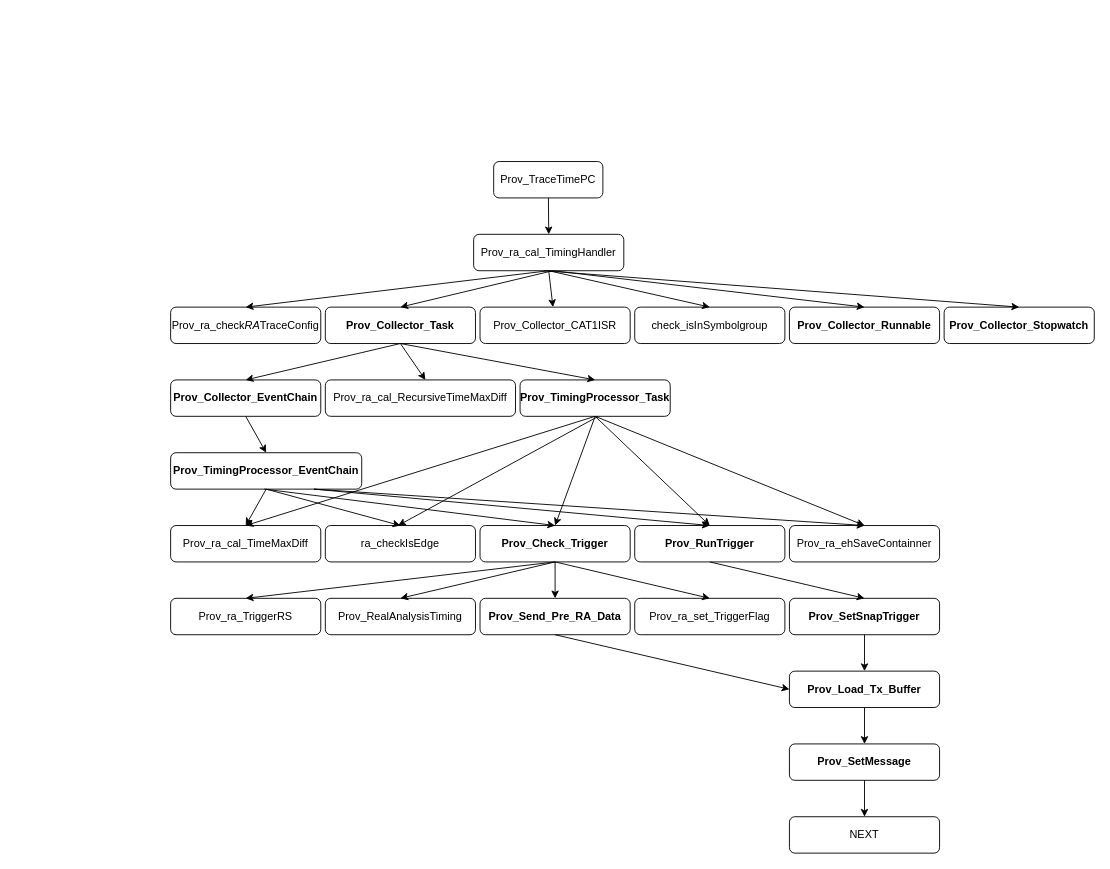
Above: Untitled Diagram.drawio in fnhecl/test (draw.io), before the change. Source tidied: cells renumbered, new cells numbered last; positions are measured from the earlier drawing's top-left corner, leaving out a move shared by most shapes. Both pictures are drawn from the tidied source at 91%, with x=0, y=0 at pixel (170, 161).
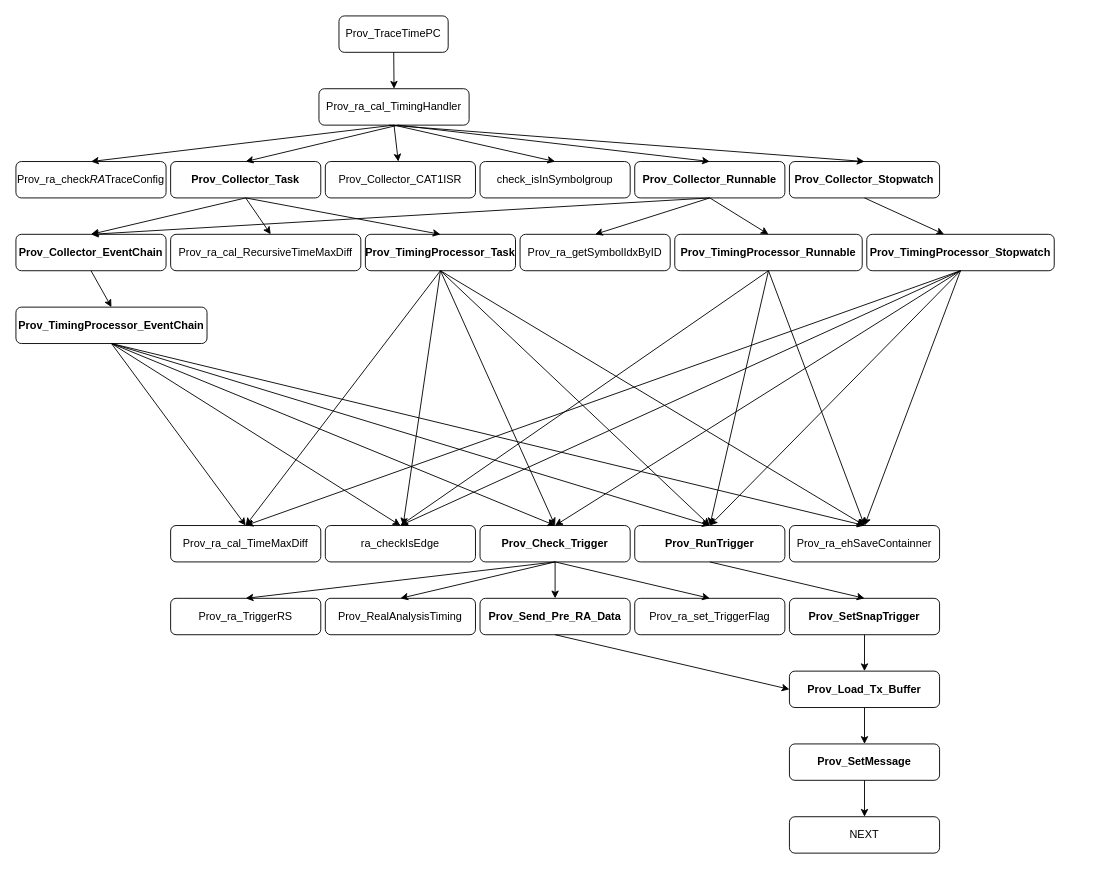
The same diagram, later.

Unchanged cells that the change refers to:
```xml
<mxCell id="18" value="Prov_ra_cal_TimeMaxDiff" style="rounded=1;whiteSpace=wrap;html=1;" parent="1" vertex="1">
  <mxGeometry y="400" width="165" height="40" as="geometry" />
</mxCell>
<mxCell id="19" value="ra_checkIsEdge" style="rounded=1;whiteSpace=wrap;html=1;" parent="1" vertex="1">
  <mxGeometry x="170" y="400" width="165" height="40" as="geometry" />
</mxCell>
<mxCell id="20" value="&lt;b&gt;Prov_Check_Trigger&lt;/b&gt;" style="rounded=1;whiteSpace=wrap;html=1;" parent="1" vertex="1">
  <mxGeometry x="340" y="400" width="165" height="40" as="geometry" />
</mxCell>
<mxCell id="21" value="&lt;b&gt;Prov_RunTrigger&lt;/b&gt;" style="rounded=1;whiteSpace=wrap;html=1;" parent="1" vertex="1">
  <mxGeometry x="510" y="400" width="165" height="40" as="geometry" />
</mxCell>
<mxCell id="22" value="Prov_ra_ehSaveContainner" style="rounded=1;whiteSpace=wrap;html=1;" parent="1" vertex="1">
  <mxGeometry x="680" y="400" width="165" height="40" as="geometry" />
</mxCell>
```

The edit, as a diff of the source:
```diff
@@
     <mxCell id="2" value="Prov_TraceTimePC" style="rounded=1;whiteSpace=wrap;html=1;" parent="1" vertex="1">
-      <mxGeometry x="355" width="120" height="40" as="geometry" />
+      <mxGeometry x="185" y="-160" width="120" height="40" as="geometry" />
     </mxCell>
     <mxCell id="3" value="Prov_ra_cal_TimingHandler" style="rounded=1;whiteSpace=wrap;html=1;" parent="1" vertex="1">
-      <mxGeometry x="333" y="80" width="165" height="40" as="geometry" />
+      <mxGeometry x="163" y="-80" width="165" height="40" as="geometry" />
     </mxCell>
     <mxCell id="4" value="Prov_ra_check&lt;i&gt;RA&lt;/i&gt;TraceConfig" style="rounded=1;whiteSpace=wrap;html=1;" parent="1" vertex="1">
-      <mxGeometry y="160" width="165" height="40" as="geometry" />
+      <mxGeometry x="-170" width="165" height="40" as="geometry" />
     </mxCell>
     <mxCell id="5" value="&lt;b&gt;Prov_Collector_Task&lt;/b&gt;" style="rounded=1;whiteSpace=wrap;html=1;" parent="1" vertex="1">
-      <mxGeometry x="170" y="160" width="165" height="40" as="geometry" />
+      <mxGeometry width="165" height="40" as="geometry" />
     </mxCell>
     <mxCell id="6" value="&lt;b&gt;Prov_Collector_Runnable&lt;/b&gt;" style="rounded=1;whiteSpace=wrap;html=1;" parent="1" vertex="1">
-      <mxGeometry x="680" y="160" width="165" height="40" as="geometry" />
+      <mxGeometry x="510" width="165" height="40" as="geometry" />
     </mxCell>
     <mxCell id="7" value="Prov_Collector_CAT1ISR" style="rounded=1;whiteSpace=wrap;html=1;" parent="1" vertex="1">
-      <mxGeometry x="340" y="160" width="165" height="40" as="geometry" />
+      <mxGeometry x="170" width="165" height="40" as="geometry" />
     </mxCell>
     <mxCell id="8" value="&lt;b&gt;Prov_Collector_Stopwatch&lt;/b&gt;" style="rounded=1;whiteSpace=wrap;html=1;" parent="1" vertex="1">
-      <mxGeometry x="850" y="160" width="165" height="40" as="geometry" />
+      <mxGeometry x="680" width="165" height="40" as="geometry" />
     </mxCell>
     <mxCell id="9" value="check_isInSymbolgroup" style="rounded=1;whiteSpace=wrap;html=1;" parent="1" vertex="1">
-      <mxGeometry x="510" y="160" width="165" height="40" as="geometry" />
+      <mxGeometry x="340" width="165" height="40" as="geometry" />
     </mxCell>
     <mxCell id="10" value="&lt;b&gt;Prov_Collector_EventChain&lt;/b&gt;" style="rounded=1;whiteSpace=wrap;html=1;" parent="1" vertex="1">
-      <mxGeometry y="240" width="165" height="40" as="geometry" />
+      <mxGeometry x="-170" y="80" width="165" height="40" as="geometry" />
     </mxCell>
     <mxCell id="11" value="Prov_ra_cal_RecursiveTimeMaxDiff" style="rounded=1;whiteSpace=wrap;html=1;" parent="1" vertex="1">
-      <mxGeometry x="170" y="240" width="209" height="40" as="geometry" />
+      <mxGeometry y="80" width="209" height="40" as="geometry" />
     </mxCell>
     <mxCell id="12" value="&lt;b&gt;Prov_TimingProcessor_Task&lt;/b&gt;" style="rounded=1;whiteSpace=wrap;html=1;" parent="1" vertex="1">
-      <mxGeometry x="384" y="240" width="165" height="40" as="geometry" />
+      <mxGeometry x="214" y="80" width="165" height="40" as="geometry" />
     </mxCell>
@@
     <mxCell id="14" style="endArrow=classic;html=1;exitX=0.5;exitY=1;exitDx=0;exitDy=0;" parent="1" edge="1" source="5">
       <mxGeometry relative="1" as="geometry">
-        <mxPoint x="280" y="240" as="targetPoint" />
+        <mxPoint x="110" y="80" as="targetPoint" />
       </mxGeometry>
     </mxCell>
@@
     <mxCell id="16" value="&lt;b&gt;Prov_TimingProcessor_EventChain&lt;/b&gt;" style="rounded=1;whiteSpace=wrap;html=1;" parent="1" vertex="1">
-      <mxGeometry y="320" width="210" height="40" as="geometry" />
+      <mxGeometry x="-170" y="160" width="210" height="40" as="geometry" />
     </mxCell>
@@
-    <mxCell id="25" style="endArrow=classic;html=1;entryX=0.5;entryY=0;entryDx=0;entryDy=0;" parent="1" edge="1" target="20">
-      <mxGeometry relative="1" as="geometry">
-        <mxPoint x="103" y="360" as="sourcePoint" />
-      </mxGeometry>
+    <mxCell id="25" style="endArrow=classic;html=1;entryX=0.5;entryY=0;entryDx=0;entryDy=0;exitX=0.5;exitY=1;exitDx=0;exitDy=0;" parent="1" edge="1" source="16" target="20">
+      <mxGeometry relative="1" as="geometry" />
     </mxCell>
-    <mxCell id="26" style="endArrow=classic;html=1;exitX=0.75;exitY=1;exitDx=0;exitDy=0;entryX=0.5;entryY=0;entryDx=0;entryDy=0;" parent="1" edge="1" source="16" target="21">
+    <mxCell id="26" style="endArrow=classic;html=1;exitX=0.5;exitY=1;exitDx=0;exitDy=0;entryX=0.5;entryY=0;entryDx=0;entryDy=0;" parent="1" edge="1" source="16" target="21">
       <mxGeometry relative="1" as="geometry" />
     </mxCell>
-    <mxCell id="27" style="endArrow=classic;html=1;exitX=0.75;exitY=1;exitDx=0;exitDy=0;entryX=0.5;entryY=0;entryDx=0;entryDy=0;" parent="1" edge="1" source="16" target="22">
+    <mxCell id="27" style="endArrow=classic;html=1;exitX=0.5;exitY=1;exitDx=0;exitDy=0;entryX=0.5;entryY=0;entryDx=0;entryDy=0;" parent="1" edge="1" source="16" target="22">
       <mxGeometry relative="1" as="geometry" />
     </mxCell>
@@
     <mxCell id="30" style="endArrow=classic;html=1;entryX=0.5;entryY=0;entryDx=0;entryDy=0;" parent="1" edge="1" target="8">
       <mxGeometry relative="1" as="geometry">
-        <mxPoint x="410" y="120" as="sourcePoint" />
+        <mxPoint x="240" y="-40" as="sourcePoint" />
       </mxGeometry>
     </mxCell>
     <mxCell id="31" style="endArrow=classic;html=1;entryX=0.5;entryY=0;entryDx=0;entryDy=0;" parent="1" edge="1" target="5">
       <mxGeometry relative="1" as="geometry">
-        <mxPoint x="420" y="120" as="sourcePoint" />
+        <mxPoint x="250" y="-40" as="sourcePoint" />
       </mxGeometry>
     </mxCell>
     <mxCell id="32" style="endArrow=classic;html=1;entryX=0.5;entryY=0;entryDx=0;entryDy=0;" parent="1" edge="1" target="6">
       <mxGeometry relative="1" as="geometry">
-        <mxPoint x="420" y="120" as="sourcePoint" />
+        <mxPoint x="250" y="-40" as="sourcePoint" />
       </mxGeometry>
     </mxCell>
@@
-    <mxCell id="38" style="endArrow=classic;html=1;" parent="1" edge="1">
-      <mxGeometry relative="1" as="geometry">
-        <mxPoint x="470" y="280" as="sourcePoint" />
-        <mxPoint x="250" y="400" as="targetPoint" />
-      </mxGeometry>
+    <mxCell id="38" style="endArrow=classic;html=1;exitX=0.5;exitY=1;exitDx=0;exitDy=0;" parent="1" edge="1" source="12" target="19">
+      <mxGeometry relative="1" as="geometry" />
     </mxCell>
@@
+    <mxCell id="57" value="Prov_ra_getSymbolIdxByID" style="rounded=1;whiteSpace=wrap;html=1;" parent="1" vertex="1">
+      <mxGeometry x="384" y="80" width="165" height="40" as="geometry" />
+    </mxCell>
+    <mxCell id="58" style="endArrow=classic;html=1;exitX=0.5;exitY=1;exitDx=0;exitDy=0;entryX=0.5;entryY=0;entryDx=0;entryDy=0;" parent="1" edge="1" source="6" target="57">
+      <mxGeometry relative="1" as="geometry" />
+    </mxCell>
+    <mxCell id="59" style="endArrow=classic;html=1;exitX=0.5;exitY=1;exitDx=0;exitDy=0;entryX=0.5;entryY=0;entryDx=0;entryDy=0;" parent="1" edge="1" source="6" target="10">
+      <mxGeometry relative="1" as="geometry" />
+    </mxCell>
+    <mxCell id="60" value="&lt;b&gt;Prov_TimingProcessor_Runnable&lt;/b&gt;" style="rounded=1;whiteSpace=wrap;html=1;" parent="1" vertex="1">
+      <mxGeometry x="554" y="80" width="206" height="40" as="geometry" />
+    </mxCell>
+    <mxCell id="61" style="endArrow=classic;html=1;exitX=0.5;exitY=1;exitDx=0;exitDy=0;entryX=0.5;entryY=0;entryDx=0;entryDy=0;" parent="1" edge="1" source="6" target="60">
+      <mxGeometry relative="1" as="geometry" />
+    </mxCell>
+    <mxCell id="62" style="endArrow=classic;html=1;exitX=0.5;exitY=1;exitDx=0;exitDy=0;entryX=0.5;entryY=0;entryDx=0;entryDy=0;" parent="1" edge="1" source="60" target="19">
+      <mxGeometry relative="1" as="geometry" />
+    </mxCell>
+    <mxCell id="63" style="endArrow=classic;html=1;entryX=0.5;entryY=0;entryDx=0;entryDy=0;exitX=0.5;exitY=1;exitDx=0;exitDy=0;" parent="1" edge="1" source="60" target="21">
+      <mxGeometry relative="1" as="geometry" />
+    </mxCell>
+    <mxCell id="64" style="endArrow=classic;html=1;entryX=0.5;entryY=0;entryDx=0;entryDy=0;exitX=0.5;exitY=1;exitDx=0;exitDy=0;" parent="1" edge="1" source="60" target="22">
+      <mxGeometry relative="1" as="geometry" />
+    </mxCell>
+    <mxCell id="65" style="endArrow=classic;html=1;exitX=0.5;exitY=1;exitDx=0;exitDy=0;" parent="1" edge="1" source="8">
+      <mxGeometry relative="1" as="geometry">
+        <mxPoint x="850" y="80" as="targetPoint" />
+      </mxGeometry>
+    </mxCell>
+    <mxCell id="66" value="&lt;b&gt;Prov_TimingProcessor_Stopwatch&lt;/b&gt;" style="rounded=1;whiteSpace=wrap;html=1;" parent="1" vertex="1">
+      <mxGeometry x="765" y="80" width="206" height="40" as="geometry" />
+    </mxCell>
+    <mxCell id="67" style="endArrow=classic;html=1;exitX=0.5;exitY=1;exitDx=0;exitDy=0;entryX=0.5;entryY=0;entryDx=0;entryDy=0;" parent="1" edge="1" source="66" target="18">
+      <mxGeometry relative="1" as="geometry" />
+    </mxCell>
+    <mxCell id="68" style="endArrow=classic;html=1;exitX=0.5;exitY=1;exitDx=0;exitDy=0;entryX=0.5;entryY=0;entryDx=0;entryDy=0;" parent="1" edge="1" source="66" target="19">
+      <mxGeometry relative="1" as="geometry" />
+    </mxCell>
+    <mxCell id="69" style="endArrow=classic;html=1;exitX=0.5;exitY=1;exitDx=0;exitDy=0;entryX=0.5;entryY=0;entryDx=0;entryDy=0;" parent="1" edge="1" source="66" target="20">
+      <mxGeometry relative="1" as="geometry" />
+    </mxCell>
+    <mxCell id="70" style="endArrow=classic;html=1;exitX=0.5;exitY=1;exitDx=0;exitDy=0;entryX=0.5;entryY=0;entryDx=0;entryDy=0;" parent="1" edge="1" source="66" target="21">
+      <mxGeometry relative="1" as="geometry" />
+    </mxCell>
+    <mxCell id="71" style="endArrow=classic;html=1;exitX=0.5;exitY=1;exitDx=0;exitDy=0;entryX=0.5;entryY=0;entryDx=0;entryDy=0;" parent="1" edge="1" source="66" target="22">
+      <mxGeometry relative="1" as="geometry" />
+    </mxCell>
```
